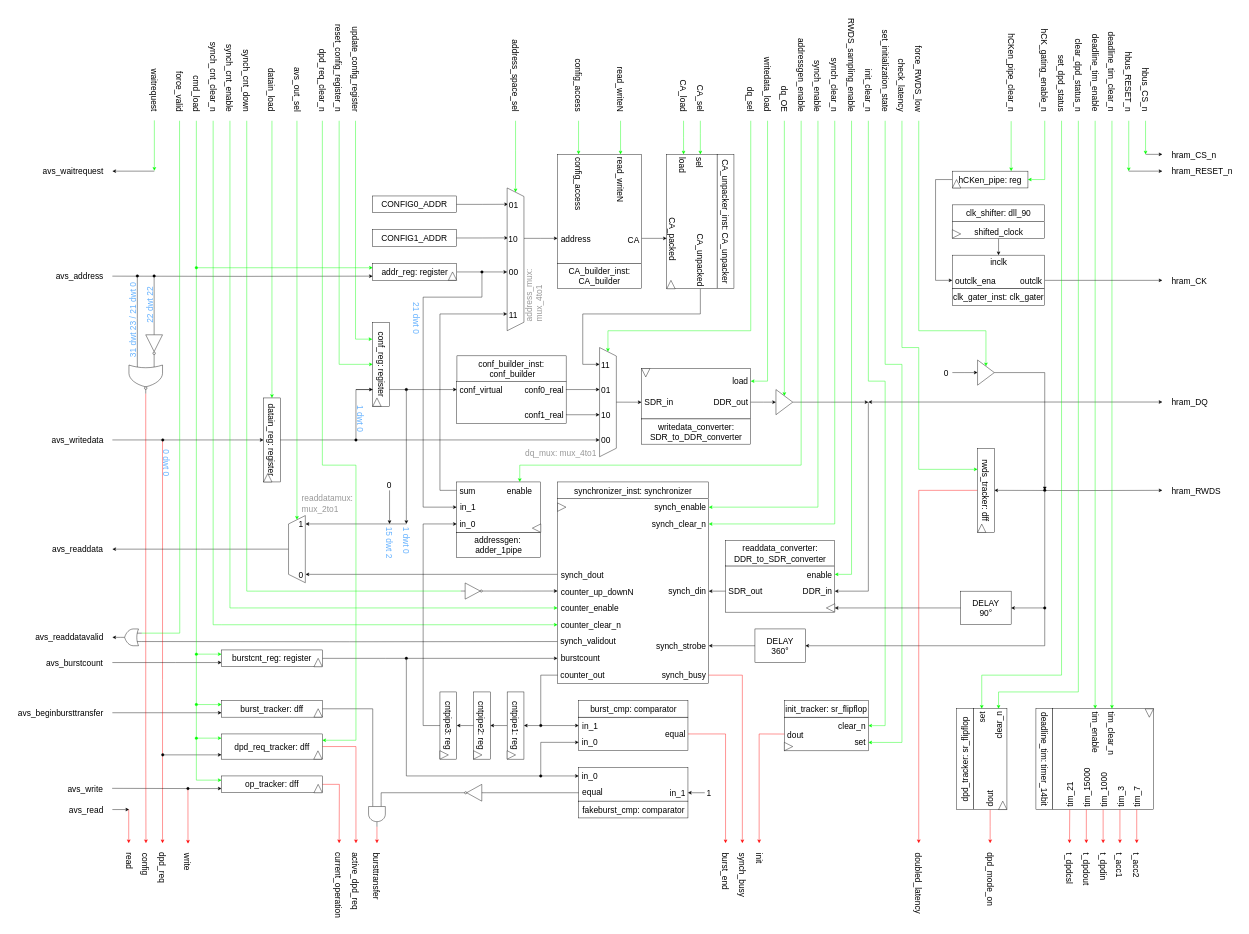
Earlier version of the draw.io diagram page "RTL" (2 of 8) of hyperram_system/ip/avs_to_hram_converter/schematics/avs_to_hram_converter.drawio (AndreaBononi/Intel_Cyclone10LP_systems). Source tidied: cells renumbered, new cells numbered last; positions are measured from the earlier drawing's top-left corner, leaving out a move shared by most shapes. Both pictures are drawn from the tidied source at 42%, with x=0, y=0 at pixel (7, 51).
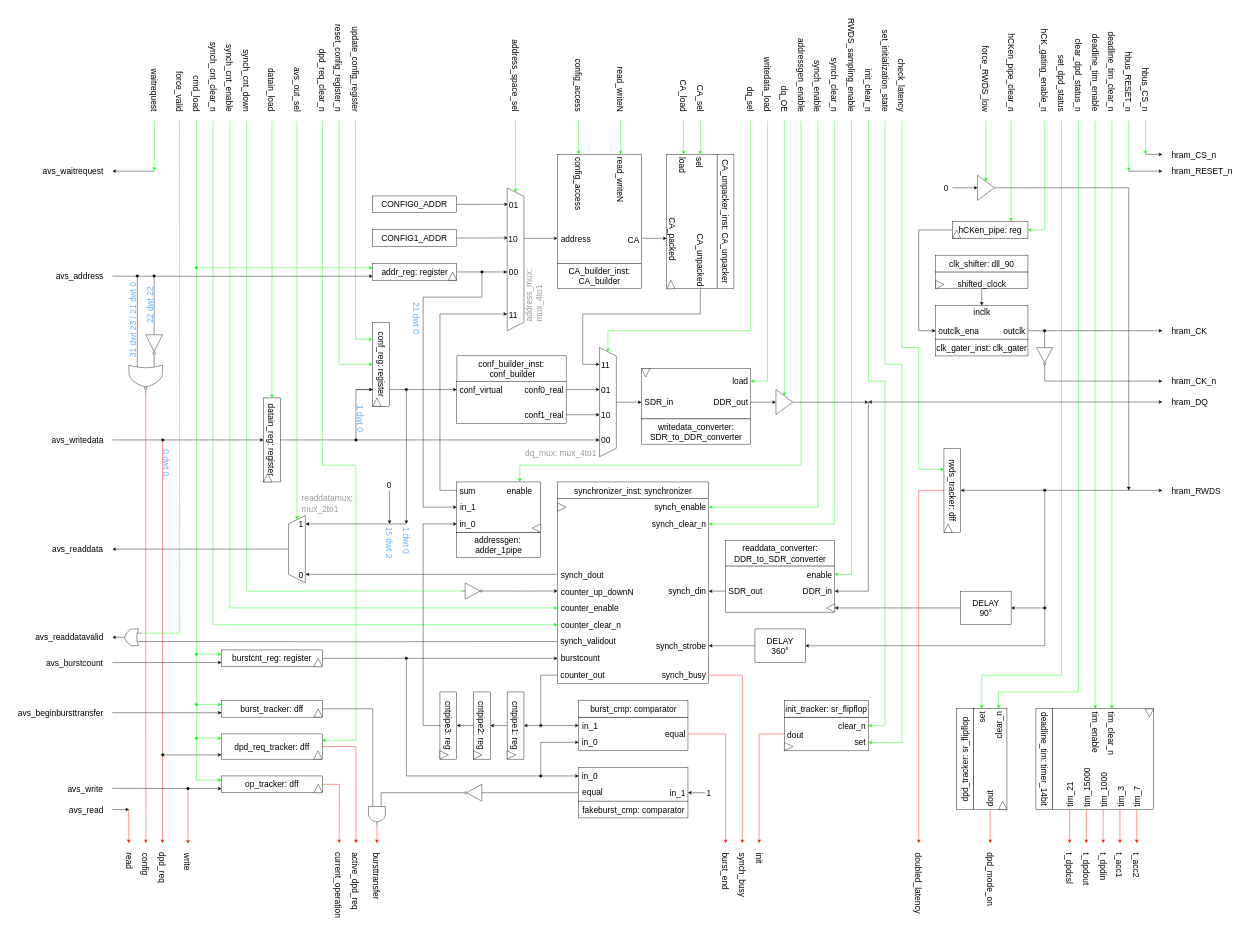
The same page after the edit.

Diff of the diagram source:
```diff
@@
     <mxCell id="34" value="&lt;div style=&quot;font-size: 16px;&quot;&gt;&lt;font style=&quot;font-size: 20px;&quot;&gt;hram_CK&lt;/font&gt;&lt;/div&gt;" style="text;html=1;align=left;verticalAlign=middle;strokeColor=none;fillColor=none;fontSize=15;" parent="1" vertex="1">
-      <mxGeometry x="2770" y="525" width="110" height="40" as="geometry" />
+      <mxGeometry x="2770" y="645" width="110" height="40" as="geometry" />
     </mxCell>
     <mxCell id="35" style="edgeStyle=orthogonalEdgeStyle;rounded=0;jettySize=auto;html=1;strokeColor=default;entryX=0;entryY=0.75;entryDx=0;entryDy=0;exitX=0.5;exitY=1;exitDx=0;exitDy=0;" parent="1" edge="1" source="340" target="72">
       <mxGeometry relative="1" as="geometry">
         <Array as="points">
-          <mxPoint x="2210" y="305" />
-          <mxPoint x="2210" y="545" />
+          <mxPoint x="2170" y="425" />
+          <mxPoint x="2170" y="665" />
         </Array>
       </mxGeometry>
     </mxCell>
@@
     <mxCell id="39" style="rounded=0;whiteSpace=wrap;html=1;fontSize=20;rotation=0;" parent="1" vertex="1">
-      <mxGeometry x="2250" y="405.3" width="220" height="40" as="geometry" />
+      <mxGeometry x="2210" y="525" width="220" height="40" as="geometry" />
     </mxCell>
     <mxCell id="40" value="&lt;font style=&quot;font-size: 20px;&quot;&gt;clk_shifter: dll_90&lt;br style=&quot;font-size: 20px;&quot;&gt;&lt;/font&gt;" style="rounded=0;whiteSpace=wrap;html=1;fontSize=20;rotation=0;" parent="1" vertex="1">
-      <mxGeometry x="2250" y="365.3" width="220" height="40" as="geometry" />
+      <mxGeometry x="2210" y="485" width="220" height="40" as="geometry" />
     </mxCell>
     <mxCell id="41" value="&lt;div align=&quot;center&quot; style=&quot;font-size: 20px;&quot;&gt;&lt;font style=&quot;font-size: 20px;&quot;&gt;shifted_clock&lt;/font&gt;&lt;/div&gt;" style="text;html=1;align=center;verticalAlign=middle;strokeColor=none;fillColor=none;fontSize=20;rotation=0;" parent="1" vertex="1">
-      <mxGeometry x="2290" y="409.5" width="140" height="40" as="geometry" />
+      <mxGeometry x="2250" y="533" width="140" height="40" as="geometry" />
     </mxCell>
@@
-    <mxCell id="43" style="edgeStyle=orthogonalEdgeStyle;rounded=0;jettySize=auto;html=1;startArrow=classic;startFill=1;entryX=0;entryY=0.5;entryDx=0;entryDy=0;" parent="1" edge="1" target="151">
+    <mxCell id="43" style="edgeStyle=orthogonalEdgeStyle;rounded=0;jettySize=auto;html=1;startArrow=classic;startFill=1;entryX=0;entryY=0.5;entryDx=0;entryDy=0;endArrow=classic;endFill=1;exitX=0;exitY=0.5;exitDx=0;exitDy=0;" parent="1" edge="1" source="151">
       <mxGeometry relative="1" as="geometry">
-        <mxPoint x="2750" y="1045" as="sourcePoint" />
+        <mxPoint x="2750" y="1045" as="targetPoint" />
       </mxGeometry>
     </mxCell>
@@
-    <mxCell id="71" style="edgeStyle=orthogonalEdgeStyle;rounded=0;orthogonalLoop=1;jettySize=auto;html=1;exitX=1;exitY=0.25;exitDx=0;exitDy=0;" parent="1" edge="1">
+    <mxCell id="71" style="edgeStyle=orthogonalEdgeStyle;rounded=0;jettySize=auto;html=1;exitX=1;exitY=0.75;exitDx=0;exitDy=0;" parent="1" edge="1" source="72">
       <mxGeometry relative="1" as="geometry">
-        <mxPoint x="2470" y="545" as="sourcePoint" />
-        <mxPoint x="2750" y="545" as="targetPoint" />
+        <mxPoint x="2750" y="665" as="targetPoint" />
       </mxGeometry>
     </mxCell>
     <mxCell id="72" style="rounded=0;whiteSpace=wrap;html=1;fontSize=20;rotation=0;" parent="1" vertex="1">
-      <mxGeometry x="2250" y="485" width="220" height="80" as="geometry" />
+      <mxGeometry x="2210" y="605" width="220" height="80" as="geometry" />
     </mxCell>
     <mxCell id="73" value="&lt;font style=&quot;font-size: 20px;&quot;&gt;clk_gater_inst: clk_gater&lt;br style=&quot;font-size: 20px;&quot;&gt;&lt;/font&gt;" style="rounded=0;whiteSpace=wrap;html=1;fontSize=20;rotation=0;" parent="1" vertex="1">
-      <mxGeometry x="2250" y="565" width="220" height="40" as="geometry" />
+      <mxGeometry x="2210" y="685" width="220" height="40" as="geometry" />
     </mxCell>
     <mxCell id="74" value="outclk" style="text;html=1;align=right;verticalAlign=middle;strokeColor=none;fillColor=none;fontSize=20;rotation=0;" parent="1" vertex="1">
-      <mxGeometry x="2385" y="525" width="80" height="40" as="geometry" />
+      <mxGeometry x="2345" y="645" width="80" height="40" as="geometry" />
     </mxCell>
     <mxCell id="75" value="outclk_ena" style="text;html=1;align=left;verticalAlign=middle;strokeColor=none;fillColor=none;fontSize=20;rotation=0;" parent="1" vertex="1">
-      <mxGeometry x="2255" y="525" width="120" height="40" as="geometry" />
+      <mxGeometry x="2215" y="645" width="120" height="40" as="geometry" />
     </mxCell>
@@
     <mxCell id="142" style="edgeStyle=orthogonalEdgeStyle;rounded=0;jettySize=auto;html=1;strokeColor=#00FF00;entryX=0.5;entryY=0;entryDx=0;entryDy=0;" parent="1" edge="1" target="178">
       <mxGeometry relative="1" as="geometry">
-        <mxPoint x="2170" y="165" as="sourcePoint" />
+        <mxPoint x="2330" y="165" as="sourcePoint" />
         <Array as="points">
-          <mxPoint x="2170" y="665" />
-          <mxPoint x="2330" y="665" />
+          <mxPoint x="2330" y="225" />
+          <mxPoint x="2330" y="225" />
         </Array>
       </mxGeometry>
     </mxCell>
     <mxCell id="143" value="&lt;font style=&quot;font-size: 20px;&quot;&gt;force_RWDS_low&lt;/font&gt;" style="text;html=1;align=right;verticalAlign=middle;strokeColor=none;fillColor=none;rotation=90;fontSize=15;" parent="1" vertex="1">
-      <mxGeometry x="2080" y="35" width="180" height="40" as="geometry" />
+      <mxGeometry x="2240" y="35" width="180" height="40" as="geometry" />
     </mxCell>
@@
     <mxCell id="151" value="&lt;font style=&quot;font-size: 20px;&quot;&gt;rwds_tracker: dff&lt;/font&gt;" style="rounded=0;whiteSpace=wrap;html=1;horizontal=1;direction=south;fontSize=20;rotation=90;" parent="1" vertex="1">
-      <mxGeometry x="2230" y="1025" width="200" height="40" as="geometry" />
+      <mxGeometry x="2150" y="1025" width="200" height="40" as="geometry" />
     </mxCell>
     <mxCell id="152" style="triangle;whiteSpace=wrap;html=1;direction=east;fontSize=15;horizontal=1;rotation=-90;" parent="1" vertex="1">
-      <mxGeometry x="2310" y="1125.5" width="20" height="19.5" as="geometry" />
+      <mxGeometry x="2230" y="1125.5" width="20" height="19.5" as="geometry" />
     </mxCell>
-    <mxCell id="153" style="edgeStyle=orthogonalEdgeStyle;rounded=0;jettySize=auto;html=1;strokeColor=#00FF00;entryX=1;entryY=0.75;entryDx=0;entryDy=0;" parent="1" edge="1" target="151">
+    <mxCell id="153" style="edgeStyle=orthogonalEdgeStyle;rounded=0;orthogonalLoop=1;jettySize=auto;html=1;strokeColor=#00FF00;" parent="1" edge="1">
       <mxGeometry relative="1" as="geometry">
         <mxPoint x="2130" y="165" as="sourcePoint" />
+        <mxPoint x="2230" y="995" as="targetPoint" />
         <Array as="points">
           <mxPoint x="2130" y="705" />
           <mxPoint x="2170" y="705" />
           <mxPoint x="2170" y="995" />
         </Array>
       </mxGeometry>
     </mxCell>
@@
     <mxCell id="176" style="edgeStyle=orthogonalEdgeStyle;rounded=0;jettySize=auto;html=1;endArrow=block;endFill=1;exitX=1;exitY=0.5;exitDx=0;exitDy=0;" parent="1" edge="1" source="178">
       <mxGeometry relative="1" as="geometry">
-        <mxPoint x="2470" y="1045" as="targetPoint" />
+        <mxPoint x="2670" y="1045" as="targetPoint" />
         <Array as="points">
-          <mxPoint x="2470" y="765" />
+          <mxPoint x="2670" y="325" />
         </Array>
       </mxGeometry>
     </mxCell>
     <mxCell id="177" style="edgeStyle=orthogonalEdgeStyle;rounded=0;jettySize=auto;html=1;exitX=0;exitY=0.5;exitDx=0;exitDy=0;entryX=0;entryY=0.5;entryDx=0;entryDy=0;" parent="1" edge="1" target="178">
       <mxGeometry relative="1" as="geometry">
-        <mxPoint x="2250" y="764.6" as="sourcePoint" />
+        <mxPoint x="2250" y="324.7" as="sourcePoint" />
         <Array as="points">
-          <mxPoint x="2280" y="763.7" />
-          <mxPoint x="2280" y="763.7" />
+          <mxPoint x="2280" y="323.9" />
+          <mxPoint x="2280" y="323.9" />
         </Array>
       </mxGeometry>
     </mxCell>
     <mxCell id="178" style="triangle;whiteSpace=wrap;html=1;align=left;" parent="1" vertex="1">
-      <mxGeometry x="2310" y="734.6" width="40" height="60" as="geometry" />
+      <mxGeometry x="2310" y="294.7" width="40" height="60" as="geometry" />
     </mxCell>
     <mxCell id="179" value="&lt;font style=&quot;font-size: 20px;&quot;&gt;0&lt;/font&gt;" style="text;html=1;align=center;verticalAlign=middle;strokeColor=none;fillColor=none;" parent="1" vertex="1">
-      <mxGeometry x="2220" y="745" width="30" height="40" as="geometry" />
+      <mxGeometry x="2220" y="305.1" width="30" height="40" as="geometry" />
     </mxCell>
@@
     <mxCell id="334" style="triangle;whiteSpace=wrap;html=1;direction=west;fontSize=20;rotation=-180;" parent="1" vertex="1">
-      <mxGeometry x="2250" y="424.5" width="20" height="20" as="geometry" />
+      <mxGeometry x="2210" y="545" width="20" height="20" as="geometry" />
     </mxCell>
     <mxCell id="335" value="inclk" style="text;html=1;align=center;verticalAlign=middle;strokeColor=none;fillColor=none;fontSize=20;rotation=0;" parent="1" vertex="1">
-      <mxGeometry x="2330" y="480" width="60" height="40" as="geometry" />
+      <mxGeometry x="2290" y="600.4" width="60" height="40" as="geometry" />
     </mxCell>
     <mxCell id="336" style="edgeStyle=orthogonalEdgeStyle;rounded=0;jettySize=auto;html=1;entryX=0.5;entryY=0;entryDx=0;entryDy=0;strokeColor=#00FF00;" parent="1" edge="1" target="340">
       <mxGeometry relative="1" as="geometry">
         <mxPoint x="2470" y="165" as="sourcePoint" />
         <Array as="points">
-          <mxPoint x="2470" y="305" />
+          <mxPoint x="2470" y="425" />
         </Array>
       </mxGeometry>
     </mxCell>
@@
     <mxCell id="339" style="edgeStyle=orthogonalEdgeStyle;rounded=0;orthogonalLoop=1;jettySize=auto;html=1;strokeColor=#00FF00;" parent="1" edge="1">
       <mxGeometry relative="1" as="geometry">
-        <mxPoint x="2390" y="166" as="sourcePoint" />
-        <mxPoint x="2390" y="285" as="targetPoint" />
+        <mxPoint x="2390" y="165" as="sourcePoint" />
+        <mxPoint x="2390" y="405" as="targetPoint" />
+        <Array as="points">
+          <mxPoint x="2390" y="275" />
+          <mxPoint x="2390" y="275" />
+        </Array>
       </mxGeometry>
     </mxCell>
     <mxCell id="340" value="&lt;font style=&quot;font-size: 20px;&quot;&gt;hCKen_pipe: reg&lt;/font&gt;" style="rounded=0;whiteSpace=wrap;html=1;horizontal=1;direction=south;fontSize=20;rotation=0;align=center;" parent="1" vertex="1">
-      <mxGeometry x="2250" y="285" width="180" height="40" as="geometry" />
+      <mxGeometry x="2250" y="405" width="180" height="40" as="geometry" />
     </mxCell>
     <mxCell id="341" style="triangle;whiteSpace=wrap;html=1;direction=west;fontSize=20;rotation=90;align=center;" parent="1" vertex="1">
-      <mxGeometry x="2250" y="305" width="20" height="20" as="geometry" />
+      <mxGeometry x="2250" y="425" width="20" height="20" as="geometry" />
     </mxCell>
@@
+    <mxCell id="343" style="edgeStyle=orthogonalEdgeStyle;rounded=0;jettySize=auto;html=1;exitX=0;exitY=0.5;exitDx=0;exitDy=0;exitPerimeter=0;endArrow=oval;endFill=1;" parent="1" edge="1" source="345">
+      <mxGeometry relative="1" as="geometry">
+        <mxPoint x="2469.7" y="665" as="targetPoint" />
+      </mxGeometry>
+    </mxCell>
+    <mxCell id="344" style="edgeStyle=orthogonalEdgeStyle;rounded=0;jettySize=auto;html=1;exitX=1;exitY=0.5;exitDx=0;exitDy=0;exitPerimeter=0;" parent="1" edge="1" source="345">
+      <mxGeometry relative="1" as="geometry">
+        <mxPoint x="2750" y="785" as="targetPoint" />
+        <Array as="points">
+          <mxPoint x="2470" y="785" />
+        </Array>
+      </mxGeometry>
+    </mxCell>
+    <mxCell id="345" style="verticalLabelPosition=bottom;shadow=0;dashed=0;align=center;html=1;verticalAlign=top;shape=mxgraph.electrical.logic_gates.inverter_2;direction=south;" parent="1" vertex="1">
+      <mxGeometry x="2450.5" y="695" width="38.5" height="60" as="geometry" />
+    </mxCell>
+    <mxCell id="346" value="&lt;div style=&quot;font-size: 16px;&quot;&gt;&lt;font style=&quot;font-size: 20px;&quot;&gt;hram_CK_n&lt;/font&gt;&lt;/div&gt;" style="text;html=1;align=left;verticalAlign=middle;strokeColor=none;fillColor=none;fontSize=15;" parent="1" vertex="1">
+      <mxGeometry x="2770" y="765" width="130" height="40" as="geometry" />
+    </mxCell>
```
